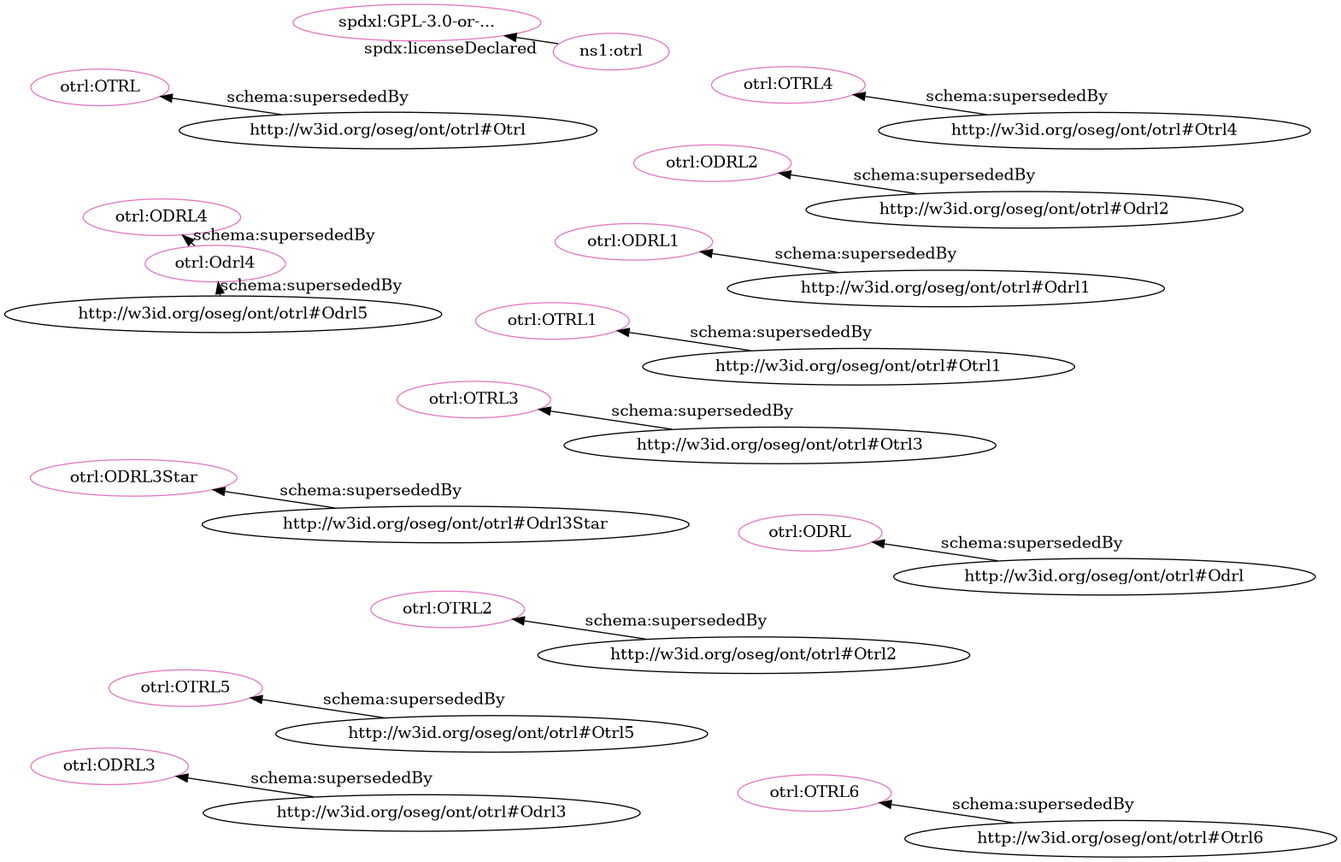
iop-alliance/OpenKnowHow keeps this Graphviz diagram as src/spec/dot_otrl_deprecated-clean.png. Above is the earlier version. Its source is kept beside it as src/spec/dot_otrl_deprecated-clean.dot.
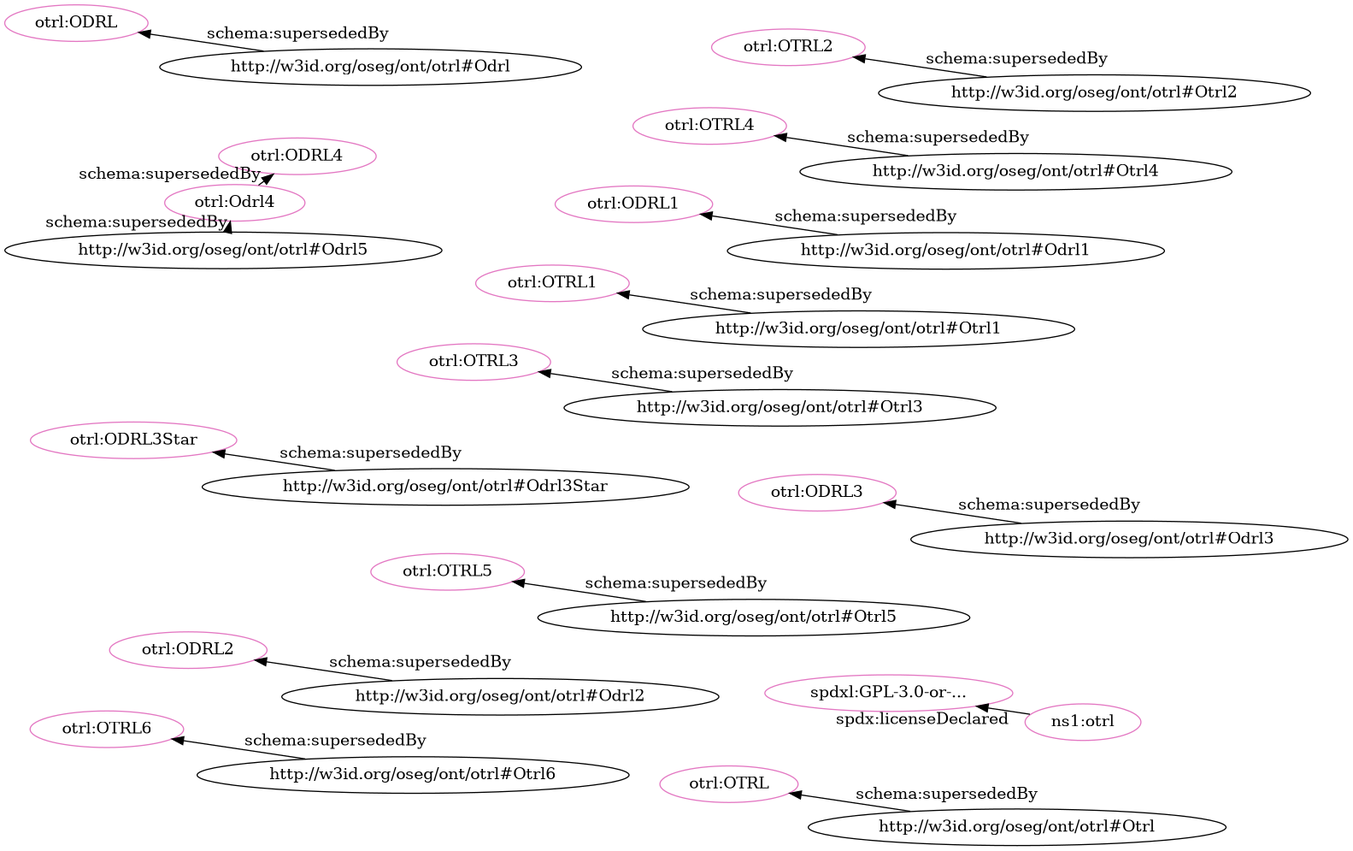
The same file after the commit.

Change to the diagram source:
```diff
@@ -4,32 +4,32 @@
 "http://spdx.org/licenses/GPL-3.0-or-later" [fillcolor="#e377c2" color="#e377c2" label="spdxl:GPL-3.0-or-..."]
 "http://w3id.org/oseg/ont/otrl#OTRL3" [fillcolor="#e377c2" color="#e377c2" label="otrl:OTRL3"]
 "http://w3id.org/oseg/ont/otrl#OTRL1" [fillcolor="#e377c2" color="#e377c2" label="otrl:OTRL1"]
+"http://w3id.org/oseg/ont/otrl#OTRL5" [fillcolor="#e377c2" color="#e377c2" label="otrl:OTRL5"]
+"http://w3id.org/oseg/ont/otrl#ODRL3Star" [fillcolor="#e377c2" color="#e377c2" label="otrl:ODRL3Star"]
+"http://w3id.org/oseg/ont/otrl#ODRL1" [fillcolor="#e377c2" color="#e377c2" label="otrl:ODRL1"]
+"http://w3id.org/oseg/ont/otrl#OTRL4" [fillcolor="#e377c2" color="#e377c2" label="otrl:OTRL4"]
+"http://w3id.org/oseg/ont/otrl#ODRL2" [fillcolor="#e377c2" color="#e377c2" label="otrl:ODRL2"]
+"http://w3id.org/oseg/ont/otrl#Odrl4" [fillcolor="#e377c2" color="#e377c2" label="otrl:Odrl4"]
 "http://w3id.org/oseg/ont/otrl#OTRL2" [fillcolor="#e377c2" color="#e377c2" label="otrl:OTRL2"]
-"http://w3id.org/oseg/ont/otrl#ODRL1" [fillcolor="#e377c2" color="#e377c2" label="otrl:ODRL1"]
+"http://w3id.org/oseg/ont/otrl#OTRL6" [fillcolor="#e377c2" color="#e377c2" label="otrl:OTRL6"]
 "http://w3id.org/oseg/ont/otrl#ODRL4" [fillcolor="#e377c2" color="#e377c2" label="otrl:ODRL4"]
+"http://w3id.org/oseg/ont/otrl#OTRL" [fillcolor="#e377c2" color="#e377c2" label="otrl:OTRL"]
 "http://w3id.org/oseg/ont/otrl" [fillcolor="#e377c2" color="#e377c2" label="ns1:otrl"]
-"http://w3id.org/oseg/ont/otrl#ODRL2" [fillcolor="#e377c2" color="#e377c2" label="otrl:ODRL2"]
-"http://w3id.org/oseg/ont/otrl#ODRL3Star" [fillcolor="#e377c2" color="#e377c2" label="otrl:ODRL3Star"]
-"http://w3id.org/oseg/ont/otrl#OTRL5" [fillcolor="#e377c2" color="#e377c2" label="otrl:OTRL5"]
-"http://w3id.org/oseg/ont/otrl#OTRL4" [fillcolor="#e377c2" color="#e377c2" label="otrl:OTRL4"]
+"http://w3id.org/oseg/ont/otrl#ODRL3" [fillcolor="#e377c2" color="#e377c2" label="otrl:ODRL3"]
 "http://w3id.org/oseg/ont/otrl#ODRL" [fillcolor="#e377c2" color="#e377c2" label="otrl:ODRL"]
-"http://w3id.org/oseg/ont/otrl#Odrl4" [fillcolor="#e377c2" color="#e377c2" label="otrl:Odrl4"]
-"http://w3id.org/oseg/ont/otrl#OTRL" [fillcolor="#e377c2" color="#e377c2" label="otrl:OTRL"]
-"http://w3id.org/oseg/ont/otrl#ODRL3" [fillcolor="#e377c2" color="#e377c2" label="otrl:ODRL3"]
-"http://w3id.org/oseg/ont/otrl#OTRL6" [fillcolor="#e377c2" color="#e377c2" label="otrl:OTRL6"]
   "http://w3id.org/oseg/ont/otrl" -> "http://spdx.org/licenses/GPL-3.0-or-later" [label="spdx:licenseDeclared"]
-  "http://w3id.org/oseg/ont/otrl#Otrl3" -> "http://w3id.org/oseg/ont/otrl#OTRL3" [label="schema:supersededBy"]
   "http://w3id.org/oseg/ont/otrl#Otrl1" -> "http://w3id.org/oseg/ont/otrl#OTRL1" [label="schema:supersededBy"]
+  "http://w3id.org/oseg/ont/otrl#Otrl5" -> "http://w3id.org/oseg/ont/otrl#OTRL5" [label="schema:supersededBy"]
+  "http://w3id.org/oseg/ont/otrl#Odrl3Star" -> "http://w3id.org/oseg/ont/otrl#ODRL3Star" [label="schema:supersededBy"]
+  "http://w3id.org/oseg/ont/otrl#Odrl1" -> "http://w3id.org/oseg/ont/otrl#ODRL1" [label="schema:supersededBy"]
+  "http://w3id.org/oseg/ont/otrl#Otrl4" -> "http://w3id.org/oseg/ont/otrl#OTRL4" [label="schema:supersededBy"]
+  "http://w3id.org/oseg/ont/otrl#Odrl2" -> "http://w3id.org/oseg/ont/otrl#ODRL2" [label="schema:supersededBy"]
+  "http://w3id.org/oseg/ont/otrl#Odrl5" -> "http://w3id.org/oseg/ont/otrl#Odrl4" [label="schema:supersededBy"]
   "http://w3id.org/oseg/ont/otrl#Otrl2" -> "http://w3id.org/oseg/ont/otrl#OTRL2" [label="schema:supersededBy"]
-  "http://w3id.org/oseg/ont/otrl#Odrl1" -> "http://w3id.org/oseg/ont/otrl#ODRL1" [label="schema:supersededBy"]
+  "http://w3id.org/oseg/ont/otrl#Otrl6" -> "http://w3id.org/oseg/ont/otrl#OTRL6" [label="schema:supersededBy"]
   "http://w3id.org/oseg/ont/otrl#Odrl4" -> "http://w3id.org/oseg/ont/otrl#ODRL4" [label="schema:supersededBy"]
-  "http://w3id.org/oseg/ont/otrl#Odrl2" -> "http://w3id.org/oseg/ont/otrl#ODRL2" [label="schema:supersededBy"]
-  "http://w3id.org/oseg/ont/otrl#Odrl3Star" -> "http://w3id.org/oseg/ont/otrl#ODRL3Star" [label="schema:supersededBy"]
-  "http://w3id.org/oseg/ont/otrl#Otrl5" -> "http://w3id.org/oseg/ont/otrl#OTRL5" [label="schema:supersededBy"]
-  "http://w3id.org/oseg/ont/otrl#Otrl4" -> "http://w3id.org/oseg/ont/otrl#OTRL4" [label="schema:supersededBy"]
-  "http://w3id.org/oseg/ont/otrl#Odrl" -> "http://w3id.org/oseg/ont/otrl#ODRL" [label="schema:supersededBy"]
-  "http://w3id.org/oseg/ont/otrl#Odrl5" -> "http://w3id.org/oseg/ont/otrl#Odrl4" [label="schema:supersededBy"]
   "http://w3id.org/oseg/ont/otrl#Otrl" -> "http://w3id.org/oseg/ont/otrl#OTRL" [label="schema:supersededBy"]
   "http://w3id.org/oseg/ont/otrl#Odrl3" -> "http://w3id.org/oseg/ont/otrl#ODRL3" [label="schema:supersededBy"]
-  "http://w3id.org/oseg/ont/otrl#Otrl6" -> "http://w3id.org/oseg/ont/otrl#OTRL6" [label="schema:supersededBy"]
+  "http://w3id.org/oseg/ont/otrl#Odrl" -> "http://w3id.org/oseg/ont/otrl#ODRL" [label="schema:supersededBy"]
+  "http://w3id.org/oseg/ont/otrl#Otrl3" -> "http://w3id.org/oseg/ont/otrl#OTRL3" [label="schema:supersededBy"]
 }
```
